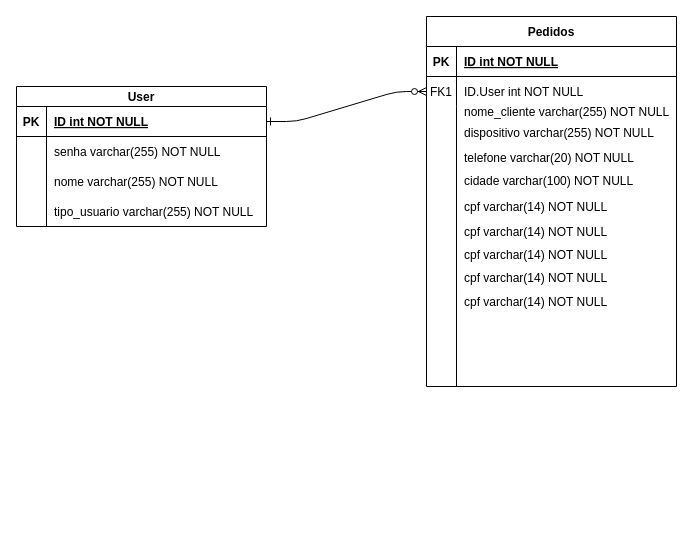
The draw.io diagram Modelo_Logico.drawio in ArcanjoDaGuarda/AnjoProjetos, before the edit. Source tidied: cells renumbered, new cells numbered last; positions are measured from the earlier drawing's top-left corner, leaving out a move shared by most shapes. Both pictures are drawn from the tidied source at 100%, with x=0, y=0 at pixel (16, 16).
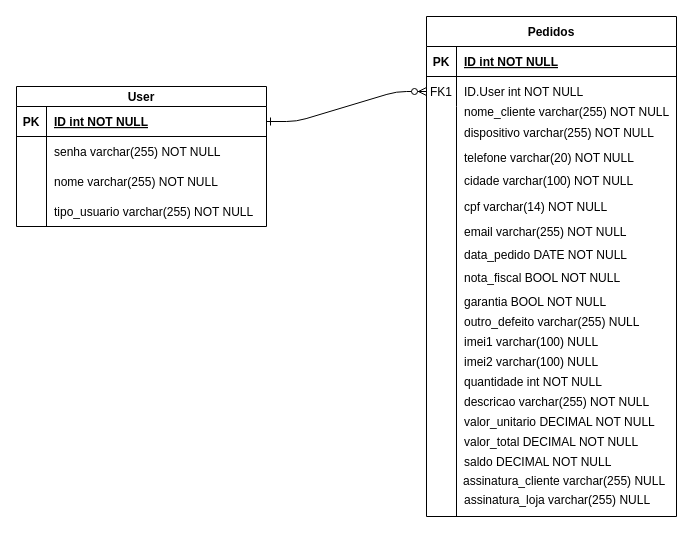
The same page after the edit.

What changed in the source:
```diff
@@
     <mxCell id="12" value="Pedidos" style="shape=table;startSize=30;childLayout=tableLayout;rowLines=0;fontStyle=1;align=center;" parent="1" vertex="1">
-      <mxGeometry x="410" width="250" height="370" as="geometry" />
+      <mxGeometry x="410" width="250" height="500" as="geometry" />
     </mxCell>
@@
     <mxCell id="19" style="shape=partialRectangle;fillColor=none;top=0;left=0;right=0;bottom=0;" parent="12" vertex="1">
-      <mxGeometry y="90" width="250" height="280" as="geometry" />
+      <mxGeometry y="90" width="250" height="410" as="geometry" />
     </mxCell>
     <mxCell id="20" style="shape=partialRectangle;overflow=hidden;fillColor=none;top=0;left=0;bottom=0;right=0;" parent="19" vertex="1">
-      <mxGeometry width="30" height="280" as="geometry" />
+      <mxGeometry width="30" height="410" as="geometry" />
     </mxCell>
     <mxCell id="21" style="shape=partialRectangle;overflow=hidden;fillColor=none;top=0;left=0;bottom=0;right=0;align=left;spacingLeft=6;" parent="19" vertex="1">
-      <mxGeometry x="30" width="220" height="280" as="geometry" />
+      <mxGeometry x="30" width="220" height="410" as="geometry" />
     </mxCell>
@@
-    <mxCell id="27" value="cpf varchar(14) NOT NULL" style="shape=partialRectangle;overflow=hidden;fillColor=none;top=0;left=0;bottom=0;right=0;align=left;spacingLeft=6;" parent="1" vertex="1">
+    <mxCell id="27" value="email varchar(255) NOT NULL" style="shape=partialRectangle;overflow=hidden;fillColor=none;top=0;left=0;bottom=0;right=0;align=left;spacingLeft=6;" parent="1" vertex="1">
       <mxGeometry x="440" y="200" width="220" height="30" as="geometry" />
     </mxCell>
-    <mxCell id="28" value="cpf varchar(14) NOT NULL" style="shape=partialRectangle;overflow=hidden;fillColor=none;top=0;left=0;bottom=0;right=0;align=left;spacingLeft=6;" parent="1" vertex="1">
+    <mxCell id="28" value="data_pedido DATE NOT NULL" style="shape=partialRectangle;overflow=hidden;fillColor=none;top=0;left=0;bottom=0;right=0;align=left;spacingLeft=6;" parent="1" vertex="1">
       <mxGeometry x="440" y="223" width="220" height="30" as="geometry" />
     </mxCell>
-    <mxCell id="29" value="cpf varchar(14) NOT NULL" style="shape=partialRectangle;overflow=hidden;fillColor=none;top=0;left=0;bottom=0;right=0;align=left;spacingLeft=6;" parent="1" vertex="1">
+    <mxCell id="29" value="nota_fiscal BOOL NOT NULL" style="shape=partialRectangle;overflow=hidden;fillColor=none;top=0;left=0;bottom=0;right=0;align=left;spacingLeft=6;" parent="1" vertex="1">
       <mxGeometry x="440" y="246" width="220" height="30" as="geometry" />
     </mxCell>
-    <mxCell id="30" value="cpf varchar(14) NOT NULL" style="shape=partialRectangle;overflow=hidden;fillColor=none;top=0;left=0;bottom=0;right=0;align=left;spacingLeft=6;" parent="1" vertex="1">
+    <mxCell id="30" value="garantia BOOL NOT NULL" style="shape=partialRectangle;overflow=hidden;fillColor=none;top=0;left=0;bottom=0;right=0;align=left;spacingLeft=6;" parent="1" vertex="1">
       <mxGeometry x="440" y="270" width="220" height="30" as="geometry" />
     </mxCell>
+    <mxCell id="31" value="outro_defeito varchar(255) NULL" style="shape=partialRectangle;overflow=hidden;fillColor=none;top=0;left=0;bottom=0;right=0;align=left;spacingLeft=6;" parent="1" vertex="1">
+      <mxGeometry x="440" y="290" width="220" height="30" as="geometry" />
+    </mxCell>
+    <mxCell id="32" value="imei1 varchar(100) NULL" style="shape=partialRectangle;overflow=hidden;fillColor=none;top=0;left=0;bottom=0;right=0;align=left;spacingLeft=6;" parent="1" vertex="1">
+      <mxGeometry x="440" y="310" width="220" height="30" as="geometry" />
+    </mxCell>
+    <mxCell id="33" value="imei2 varchar(100) NULL" style="shape=partialRectangle;overflow=hidden;fillColor=none;top=0;left=0;bottom=0;right=0;align=left;spacingLeft=6;" parent="1" vertex="1">
+      <mxGeometry x="440" y="330" width="220" height="30" as="geometry" />
+    </mxCell>
+    <mxCell id="34" value="quantidade int NOT NULL" style="shape=partialRectangle;overflow=hidden;fillColor=none;top=0;left=0;bottom=0;right=0;align=left;spacingLeft=6;" parent="1" vertex="1">
+      <mxGeometry x="440" y="350" width="220" height="30" as="geometry" />
+    </mxCell>
+    <mxCell id="35" value="descricao varchar(255) NOT NULL" style="shape=partialRectangle;overflow=hidden;fillColor=none;top=0;left=0;bottom=0;right=0;align=left;spacingLeft=6;" parent="1" vertex="1">
+      <mxGeometry x="440" y="370" width="220" height="30" as="geometry" />
+    </mxCell>
+    <mxCell id="36" value="valor_unitario DECIMAL NOT NULL" style="shape=partialRectangle;overflow=hidden;fillColor=none;top=0;left=0;bottom=0;right=0;align=left;spacingLeft=6;" parent="1" vertex="1">
+      <mxGeometry x="440" y="390" width="220" height="30" as="geometry" />
+    </mxCell>
+    <mxCell id="37" value="valor_total DECIMAL NOT NULL" style="shape=partialRectangle;overflow=hidden;fillColor=none;top=0;left=0;bottom=0;right=0;align=left;spacingLeft=6;" parent="1" vertex="1">
+      <mxGeometry x="440" y="410" width="220" height="30" as="geometry" />
+    </mxCell>
+    <mxCell id="38" value="saldo DECIMAL NOT NULL" style="shape=partialRectangle;overflow=hidden;fillColor=none;top=0;left=0;bottom=0;right=0;align=left;spacingLeft=6;" parent="1" vertex="1">
+      <mxGeometry x="440" y="430" width="220" height="30" as="geometry" />
+    </mxCell>
+    <mxCell id="39" value="assinatura_cliente varchar(255) NULL" style="shape=partialRectangle;overflow=hidden;fillColor=none;top=0;left=0;bottom=0;right=0;align=left;spacingLeft=6;" parent="1" vertex="1">
+      <mxGeometry x="439" y="449" width="220" height="30" as="geometry" />
+    </mxCell>
+    <mxCell id="40" value="assinatura_loja varchar(255) NULL" style="shape=partialRectangle;overflow=hidden;fillColor=none;top=0;left=0;bottom=0;right=0;align=left;spacingLeft=6;" parent="1" vertex="1">
+      <mxGeometry x="440" y="468" width="220" height="30" as="geometry" />
+    </mxCell>
```
